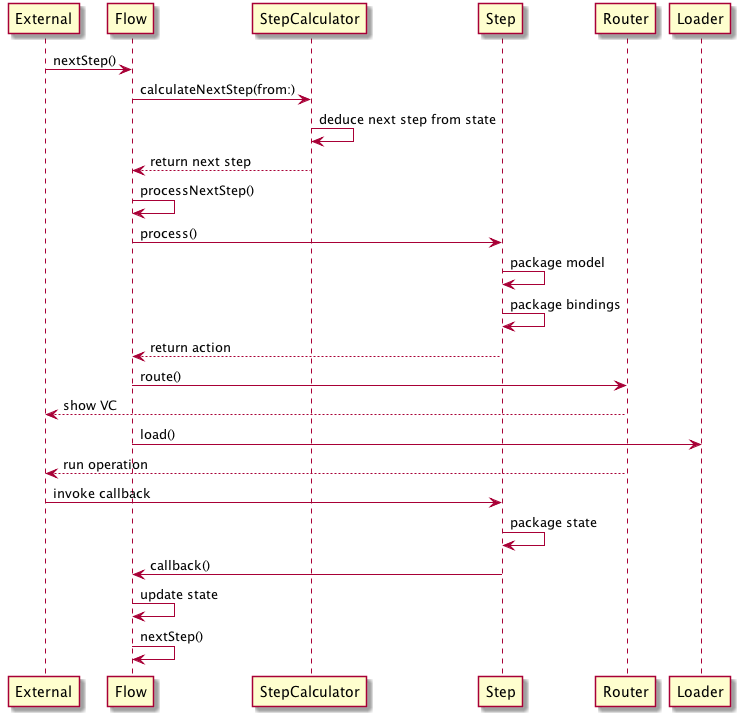
This is flow.png from juhanh/Reducing-Reducer, a PlantUML export, as it was before one commit. Its diagram source:
```plantuml
@startuml
External -> Flow: nextStep()
Flow -> StepCalculator: calculateNextStep(from:)
StepCalculator -> StepCalculator: deduce next step from state
StepCalculator --> Flow: return next step
Flow -> Flow: processNextStep()
Flow -> Step: process()
Step -> Step: package model
Step -> Step: package bindings
Step --> Flow: return action
Flow -> Router: route()
Router --> External: show VC
Flow -> Loader: load()
Router --> External: run operation
External -> Step: invoke callback
Step -> Step: package state
Step -> Flow: callback()
Flow -> Flow: update state
Flow -> Flow: nextStep()
@enduml
```
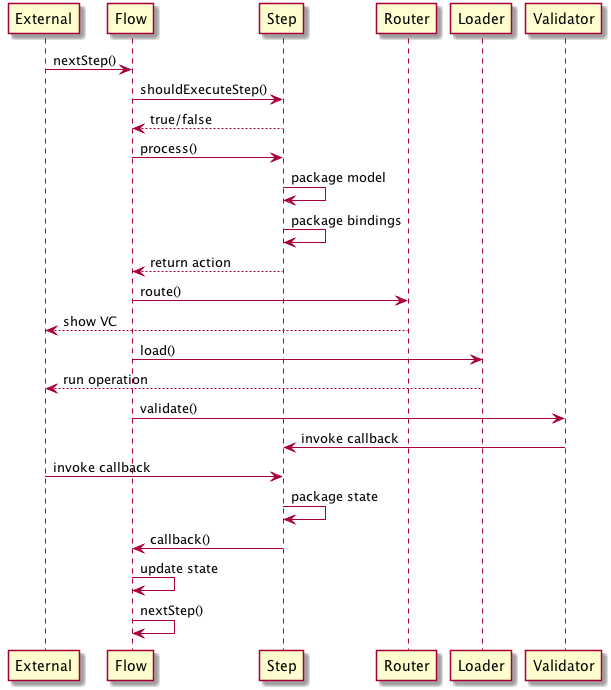
Above is the later version.

Commit message:
Removes StepCalculator and FlowStep by internalising execution decision inside each step and providing explicit ordering of steps

Diff of the diagram source:
```diff
@@ -1,9 +1,7 @@
 @startuml
 External -> Flow: nextStep()
-Flow -> StepCalculator: calculateNextStep(from:)
-StepCalculator -> StepCalculator: deduce next step from state
-StepCalculator --> Flow: return next step
-Flow -> Flow: processNextStep()
+Flow -> Step: shouldExecuteStep()
+Step --> Flow: true/false
 Flow -> Step: process()
 Step -> Step: package model
 Step -> Step: package bindings
@@ -11,7 +9,9 @@
 Flow -> Router: route()
 Router --> External: show VC
 Flow -> Loader: load()
-Router --> External: run operation
+Loader --> External: run operation
+Flow -> Validator: validate()
+Validator -> Step: invoke callback
 External -> Step: invoke callback
 Step -> Step: package state
 Step -> Flow: callback()
```
